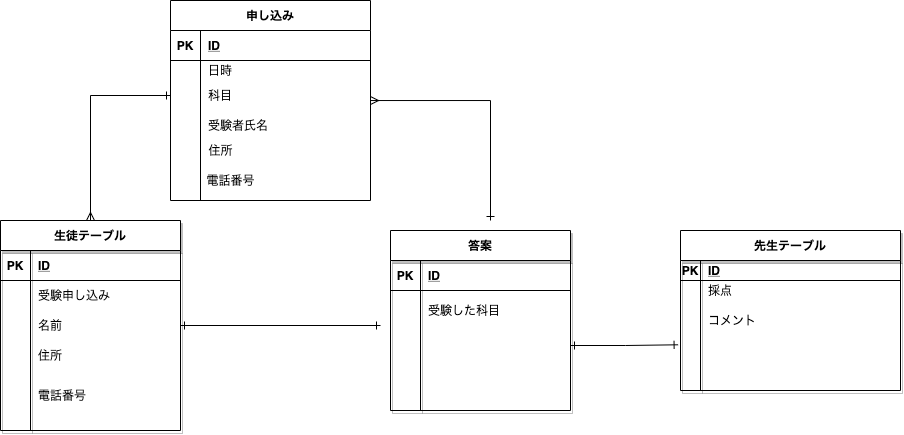
Above: indesx.drawio.png in oninopantsu/diagrams.net (draw.io), before the change. Source tidied: cells renumbered, new cells last; positions are measured from the earlier drawing's top-left corner, leaving out a move shared by most shapes.
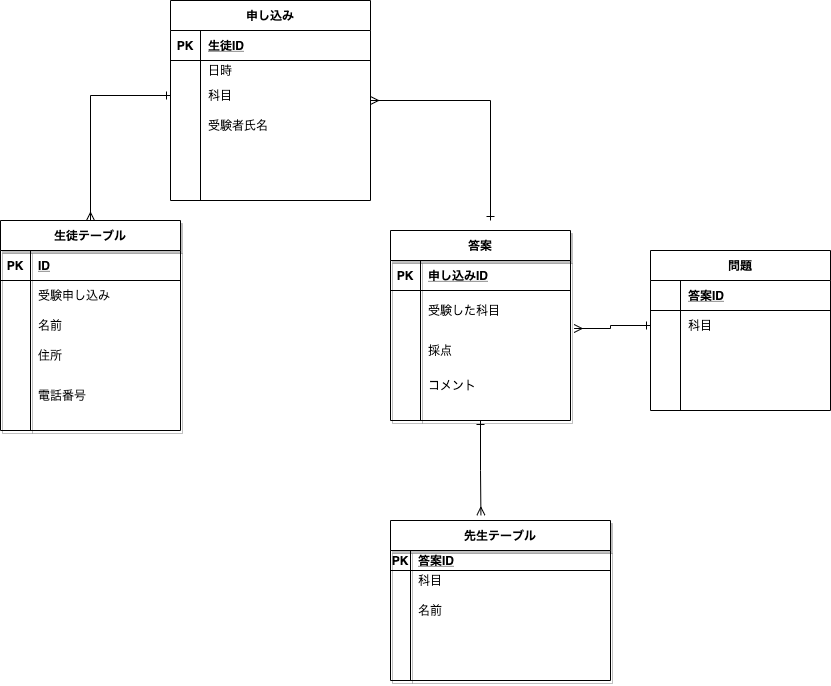
After the commit.

The edit, as a diff of the source:
```diff
@@ -3,7 +3,7 @@
     <mxCell id="0" />
     <mxCell id="1" parent="0" />
     <mxCell id="2" value="先生テーブル" style="shape=table;startSize=30;rowLines=0;fontStyle=1;align=center;shadow=1;" parent="1" vertex="1">
-      <mxGeometry x="680" y="230" width="220" height="160" as="geometry" />
+      <mxGeometry x="390" y="520" width="220" height="160" as="geometry" />
     </mxCell>
     <mxCell id="3" style="shape=partialRectangle;fillColor=none;top=0;left=0;bottom=1;right=0;" parent="2" vertex="1">
       <mxGeometry y="30" width="220" height="20" as="geometry" />
@@ -11,7 +11,7 @@
     <mxCell id="4" value="PK" style="shape=partialRectangle;fillColor=none;top=0;left=0;bottom=0;right=0;fontStyle=1;overflow=hidden;" parent="3" vertex="1">
       <mxGeometry width="20" height="20" as="geometry" />
     </mxCell>
-    <mxCell id="5" value="ID" style="shape=partialRectangle;fillColor=none;top=0;left=0;bottom=0;right=0;align=left;spacingLeft=6;fontStyle=5;overflow=hidden;" parent="3" vertex="1">
+    <mxCell id="5" value="答案ID" style="shape=partialRectangle;fillColor=none;top=0;left=0;bottom=0;right=0;align=left;spacingLeft=6;fontStyle=5;overflow=hidden;" parent="3" vertex="1">
       <mxGeometry x="20" width="200" height="20" as="geometry" />
     </mxCell>
     <mxCell id="6" style="shape=partialRectangle;fillColor=none;top=0;left=0;bottom=0;right=0;" parent="2" vertex="1">
@@ -20,7 +20,7 @@
     <mxCell id="7" style="shape=partialRectangle;fillColor=none;top=0;left=0;bottom=0;right=0;overflow=hidden;" parent="6" vertex="1">
       <mxGeometry width="20" height="20" as="geometry" />
     </mxCell>
-    <mxCell id="8" value="採点" style="shape=partialRectangle;fillColor=none;top=0;left=0;bottom=0;right=0;align=left;spacingLeft=6;overflow=hidden;" parent="6" vertex="1">
+    <mxCell id="8" value="科目" style="shape=partialRectangle;fillColor=none;top=0;left=0;bottom=0;right=0;align=left;spacingLeft=6;overflow=hidden;" parent="6" vertex="1">
       <mxGeometry x="20" width="200" height="20" as="geometry" />
     </mxCell>
     <mxCell id="9" style="shape=partialRectangle;fillColor=none;top=0;left=0;bottom=0;right=0;" parent="2" vertex="1">
@@ -29,7 +29,7 @@
     <mxCell id="10" style="shape=partialRectangle;fillColor=none;top=0;left=0;bottom=0;right=0;overflow=hidden;" parent="9" vertex="1">
       <mxGeometry width="20" height="40" as="geometry" />
     </mxCell>
-    <mxCell id="11" value="コメント" style="shape=partialRectangle;fillColor=none;top=0;left=0;bottom=0;right=0;align=left;spacingLeft=6;overflow=hidden;" parent="9" vertex="1">
+    <mxCell id="11" value="名前" style="shape=partialRectangle;fillColor=none;top=0;left=0;bottom=0;right=0;align=left;spacingLeft=6;overflow=hidden;" parent="9" vertex="1">
       <mxGeometry x="20" width="200" height="40" as="geometry" />
     </mxCell>
     <mxCell id="12" style="shape=partialRectangle;fillColor=none;top=0;left=0;bottom=0;right=0;points=[[0,0.5],[1,0.5]];portConstraint=eastwest;" parent="2" vertex="1">
@@ -44,11 +44,6 @@
     <mxCell id="15" style="edgeStyle=orthogonalEdgeStyle;rounded=0;jettySize=auto;html=1;entryX=0;entryY=0.5;entryDx=0;entryDy=0;startArrow=ERmany;startFill=0;endArrow=ERone;endFill=0;" parent="1" edge="1" source="17" target="52">
       <mxGeometry relative="1" as="geometry" />
     </mxCell>
-    <mxCell id="16" style="edgeStyle=orthogonalEdgeStyle;rounded=0;jettySize=auto;html=1;startArrow=ERone;startFill=0;endArrow=ERone;endFill=0;" parent="1" edge="1" source="17">
-      <mxGeometry relative="1" as="geometry">
-        <mxPoint x="380" y="325" as="targetPoint" />
-      </mxGeometry>
-    </mxCell>
     <mxCell id="17" value="生徒テーブル" style="shape=table;startSize=30;rowLines=0;fontStyle=1;align=center;shadow=1;" parent="1" vertex="1">
       <mxGeometry y="220" width="180" height="210" as="geometry" />
     </mxCell>
@@ -88,8 +83,11 @@
     <mxCell id="29" value="住所" style="shape=partialRectangle;fillColor=none;top=0;left=0;bottom=0;right=0;align=left;spacingLeft=6;overflow=hidden;" parent="27" vertex="1">
       <mxGeometry x="30" width="150" height="30" as="geometry" />
     </mxCell>
+    <mxCell id="16" style="edgeStyle=orthogonalEdgeStyle;rounded=0;jettySize=auto;html=1;entryX=0.411;entryY=-0.033;entryDx=0;entryDy=0;entryPerimeter=0;startArrow=ERone;startFill=0;endArrow=ERmany;endFill=0;" parent="1" edge="1" source="30" target="2">
+      <mxGeometry relative="1" as="geometry" />
+    </mxCell>
     <mxCell id="30" value="答案" style="shape=table;startSize=30;rowLines=0;fontStyle=1;align=center;shadow=1;" parent="1" vertex="1">
-      <mxGeometry x="390" y="230" width="180" height="180" as="geometry" />
+      <mxGeometry x="390" y="230" width="180" height="190" as="geometry" />
     </mxCell>
     <mxCell id="31" style="shape=partialRectangle;fillColor=none;top=0;left=0;bottom=1;right=0;" parent="30" vertex="1">
       <mxGeometry y="30" width="180" height="30" as="geometry" />
@@ -97,7 +95,7 @@
     <mxCell id="32" value="PK" style="shape=partialRectangle;fillColor=none;top=0;left=0;bottom=0;right=0;fontStyle=1;overflow=hidden;" parent="31" vertex="1">
       <mxGeometry width="30" height="30" as="geometry" />
     </mxCell>
-    <mxCell id="33" value="ID" style="shape=partialRectangle;fillColor=none;top=0;left=0;bottom=0;right=0;align=left;spacingLeft=6;fontStyle=5;overflow=hidden;" parent="31" vertex="1">
+    <mxCell id="33" value="申し込みID" style="shape=partialRectangle;fillColor=none;top=0;left=0;bottom=0;right=0;align=left;spacingLeft=6;fontStyle=5;overflow=hidden;" parent="31" vertex="1">
       <mxGeometry x="30" width="150" height="30" as="geometry" />
     </mxCell>
     <mxCell id="34" style="shape=partialRectangle;fillColor=none;top=0;left=0;bottom=0;right=0;" parent="30" vertex="1">
@@ -110,21 +108,21 @@
       <mxGeometry x="30" width="150" height="40" as="geometry" />
     </mxCell>
     <mxCell id="37" style="shape=partialRectangle;fillColor=none;top=0;left=0;bottom=0;right=0;points=[[0,0.5],[1,0.5]];portConstraint=eastwest;" parent="30" vertex="1">
-      <mxGeometry y="100" width="180" height="30" as="geometry" />
+      <mxGeometry y="100" width="180" height="40" as="geometry" />
     </mxCell>
     <mxCell id="38" style="shape=partialRectangle;fillColor=none;top=0;left=0;bottom=0;right=0;overflow=hidden;" parent="37" vertex="1">
-      <mxGeometry width="30" height="30" as="geometry" />
+      <mxGeometry width="30" height="40" as="geometry" />
     </mxCell>
-    <mxCell id="39" style="shape=partialRectangle;fillColor=none;top=0;left=0;bottom=0;right=0;align=left;spacingLeft=6;overflow=hidden;" parent="37" vertex="1">
-      <mxGeometry x="30" width="150" height="30" as="geometry" />
+    <mxCell id="39" value="採点" style="shape=partialRectangle;fillColor=none;top=0;left=0;bottom=0;right=0;align=left;spacingLeft=6;overflow=hidden;" parent="37" vertex="1">
+      <mxGeometry x="30" width="150" height="40" as="geometry" />
     </mxCell>
     <mxCell id="40" style="shape=partialRectangle;fillColor=none;top=0;left=0;bottom=0;right=0;" parent="30" vertex="1">
-      <mxGeometry y="130" width="180" height="30" as="geometry" />
+      <mxGeometry y="140" width="180" height="30" as="geometry" />
     </mxCell>
     <mxCell id="41" style="shape=partialRectangle;fillColor=none;top=0;left=0;bottom=0;right=0;overflow=hidden;" parent="40" vertex="1">
       <mxGeometry width="30" height="30" as="geometry" />
     </mxCell>
-    <mxCell id="42" style="shape=partialRectangle;fillColor=none;top=0;left=0;bottom=0;right=0;align=left;spacingLeft=6;overflow=hidden;" parent="40" vertex="1">
+    <mxCell id="42" value="コメント" style="shape=partialRectangle;fillColor=none;top=0;left=0;bottom=0;right=0;align=left;spacingLeft=6;overflow=hidden;" parent="40" vertex="1">
       <mxGeometry x="30" width="150" height="30" as="geometry" />
     </mxCell>
     <mxCell id="43" value="電話番号" style="shape=partialRectangle;fillColor=none;top=0;left=0;bottom=0;right=0;align=left;spacingLeft=6;overflow=hidden;" parent="1" vertex="1">
@@ -144,7 +142,7 @@
     <mxCell id="47" value="PK" style="shape=partialRectangle;fillColor=none;top=0;left=0;bottom=0;right=0;fontStyle=1;overflow=hidden;" parent="46" vertex="1">
       <mxGeometry width="30" height="30" as="geometry" />
     </mxCell>
-    <mxCell id="48" value="ID" style="shape=partialRectangle;fillColor=none;top=0;left=0;bottom=0;right=0;align=left;spacingLeft=6;fontStyle=5;overflow=hidden;" parent="46" vertex="1">
+    <mxCell id="48" value="生徒ID" style="shape=partialRectangle;fillColor=none;top=0;left=0;bottom=0;right=0;align=left;spacingLeft=6;fontStyle=5;overflow=hidden;" parent="46" vertex="1">
       <mxGeometry x="30" width="170" height="30" as="geometry" />
     </mxCell>
     <mxCell id="49" style="shape=partialRectangle;fillColor=none;top=0;left=0;bottom=0;right=0;" parent="45" vertex="1">
@@ -174,14 +172,47 @@
     <mxCell id="57" value="受験者氏名" style="shape=partialRectangle;fillColor=none;top=0;left=0;bottom=0;right=0;align=left;spacingLeft=6;overflow=hidden;" parent="55" vertex="1">
       <mxGeometry x="30" width="170" height="30" as="geometry" />
     </mxCell>
-    <mxCell id="58" value="住所" style="text;html=1;align=center;verticalAlign=middle;" parent="1" vertex="1">
-      <mxGeometry x="200" y="140" width="40" height="20" as="geometry" />
-    </mxCell>
-    <mxCell id="59" value="電話番号" style="text;html=1;align=center;verticalAlign=middle;" parent="1" vertex="1">
-      <mxGeometry x="200" y="170" width="60" height="20" as="geometry" />
-    </mxCell>
-    <mxCell id="60" style="edgeStyle=orthogonalEdgeStyle;rounded=0;jettySize=auto;html=1;entryX=-0.011;entryY=0.143;entryDx=0;entryDy=0;entryPerimeter=0;startArrow=ERone;startFill=0;endArrow=ERone;endFill=0;" parent="1" edge="1" source="37" target="12">
-      <mxGeometry relative="1" as="geometry" />
-    </mxCell>
+    <mxCell id="61" value="問題" style="shape=table;startSize=30;rowLines=0;fontStyle=1;align=center;" parent="1" vertex="1">
+      <mxGeometry x="650" y="250" width="180" height="160" as="geometry" />
+    </mxCell>
+    <mxCell id="62" style="shape=partialRectangle;fillColor=none;top=0;left=0;bottom=1;right=0;" parent="61" vertex="1">
+      <mxGeometry y="30" width="180" height="30" as="geometry" />
+    </mxCell>
+    <mxCell id="63" style="shape=partialRectangle;fillColor=none;top=0;left=0;bottom=0;right=0;fontStyle=1;overflow=hidden;" parent="62" vertex="1">
+      <mxGeometry width="30" height="30" as="geometry" />
+    </mxCell>
+    <mxCell id="64" value="答案ID" style="shape=partialRectangle;fillColor=none;top=0;left=0;bottom=0;right=0;align=left;spacingLeft=6;fontStyle=5;overflow=hidden;" parent="62" vertex="1">
+      <mxGeometry x="30" width="150" height="30" as="geometry" />
+    </mxCell>
+    <mxCell id="65" style="shape=partialRectangle;fillColor=none;top=0;left=0;bottom=0;right=0;points=[[0,0.5],[1,0.5]];portConstraint=eastwest;" parent="61" vertex="1">
+      <mxGeometry y="60" width="180" height="30" as="geometry" />
+    </mxCell>
+    <mxCell id="66" style="shape=partialRectangle;fillColor=none;top=0;left=0;bottom=0;right=0;overflow=hidden;" parent="65" vertex="1">
+      <mxGeometry width="30" height="30" as="geometry" />
+    </mxCell>
+    <mxCell id="67" value="科目" style="shape=partialRectangle;fillColor=none;top=0;left=0;bottom=0;right=0;align=left;spacingLeft=6;overflow=hidden;" parent="65" vertex="1">
+      <mxGeometry x="30" width="150" height="30" as="geometry" />
+    </mxCell>
+    <mxCell id="68" style="shape=partialRectangle;fillColor=none;top=0;left=0;bottom=0;right=0;" parent="61" vertex="1">
+      <mxGeometry y="90" width="180" height="30" as="geometry" />
+    </mxCell>
+    <mxCell id="69" style="shape=partialRectangle;fillColor=none;top=0;left=0;bottom=0;right=0;overflow=hidden;" parent="68" vertex="1">
+      <mxGeometry width="30" height="30" as="geometry" />
+    </mxCell>
+    <mxCell id="70" style="shape=partialRectangle;fillColor=none;top=0;left=0;bottom=0;right=0;align=left;spacingLeft=6;overflow=hidden;" parent="68" vertex="1">
+      <mxGeometry x="30" width="150" height="30" as="geometry" />
+    </mxCell>
+    <mxCell id="71" style="shape=partialRectangle;fillColor=none;top=0;left=0;bottom=0;right=0;" parent="61" vertex="1">
+      <mxGeometry y="120" width="180" height="30" as="geometry" />
+    </mxCell>
+    <mxCell id="72" style="shape=partialRectangle;fillColor=none;top=0;left=0;bottom=0;right=0;overflow=hidden;" parent="71" vertex="1">
+      <mxGeometry width="30" height="30" as="geometry" />
+    </mxCell>
+    <mxCell id="73" style="shape=partialRectangle;fillColor=none;top=0;left=0;bottom=0;right=0;align=left;spacingLeft=6;overflow=hidden;" parent="71" vertex="1">
+      <mxGeometry x="30" width="150" height="30" as="geometry" />
+    </mxCell>
+    <mxCell id="74" style="edgeStyle=orthogonalEdgeStyle;rounded=0;jettySize=auto;html=1;entryX=1.02;entryY=-0.05;entryDx=0;entryDy=0;entryPerimeter=0;startArrow=ERone;startFill=0;endArrow=ERmany;endFill=0;" parent="1" edge="1" source="65" target="37">
+      <mxGeometry relative="1" as="geometry" />
+    </mxCell>
   </root>
 </mxGraphModel>
```
